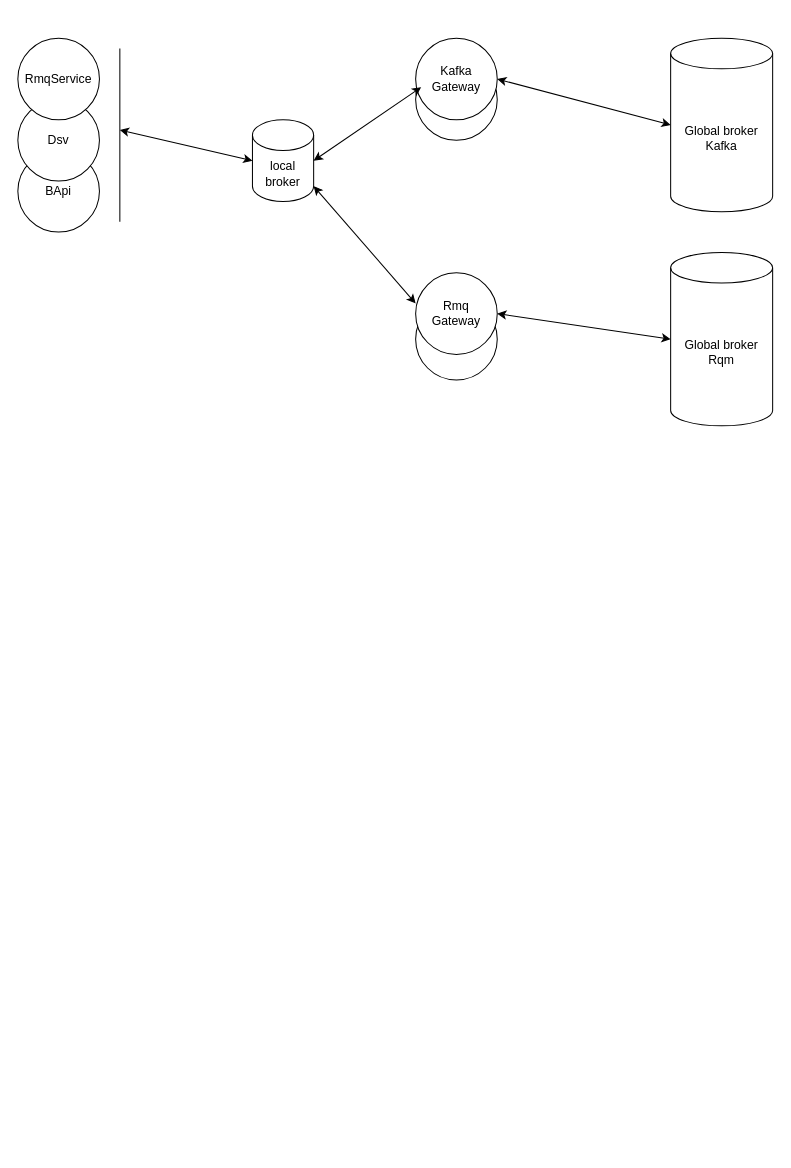
Above: Диаграмма без названия.drawio in strSSSS/draw.io (draw.io), before the change. Source tidied: cells renumbered, new cells numbered last; positions are measured from the earlier drawing's top-left corner, leaving out a move shared by most shapes. Both pictures are drawn from the tidied source at 102%, with x=0, y=0 at pixel (17, 38).
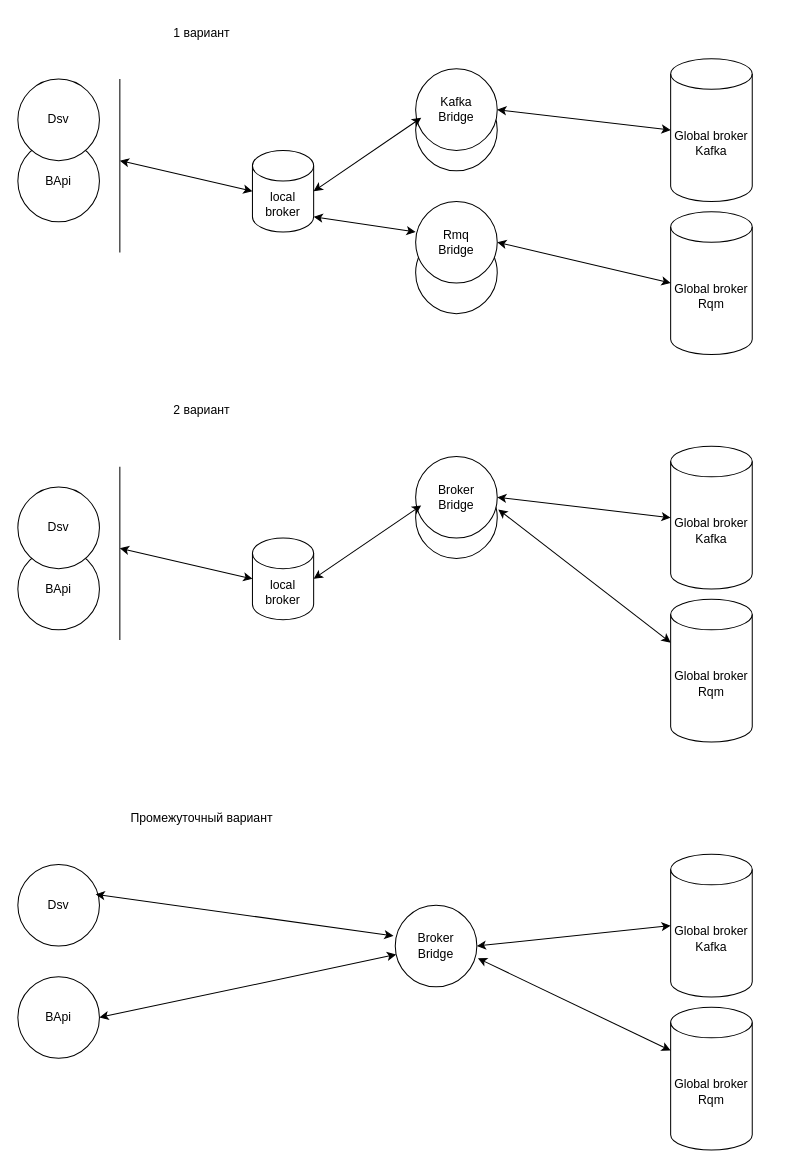
The same diagram, later.

The edit, as a diff of the source:
```diff
@@
     <mxCell id="2" value="BApi" style="ellipse;whiteSpace=wrap;html=1;" parent="1" vertex="1">
-      <mxGeometry y="110" width="80" height="80" as="geometry" />
+      <mxGeometry y="100" width="80" height="80" as="geometry" />
     </mxCell>
     <mxCell id="3" value="Dsv" style="ellipse;whiteSpace=wrap;html=1;" parent="1" vertex="1">
-      <mxGeometry y="60" width="80" height="80" as="geometry" />
+      <mxGeometry y="40" width="80" height="80" as="geometry" />
     </mxCell>
     <mxCell id="4" style="ellipse;whiteSpace=wrap;html=1;" parent="1" vertex="1">
-      <mxGeometry x="390" y="255" width="80" height="80" as="geometry" />
+      <mxGeometry x="390" y="190" width="80" height="80" as="geometry" />
     </mxCell>
     <mxCell id="5" style="ellipse;whiteSpace=wrap;html=1;" parent="1" vertex="1">
-      <mxGeometry x="390" y="20" width="80" height="80" as="geometry" />
+      <mxGeometry x="390" y="50" width="80" height="80" as="geometry" />
     </mxCell>
     <mxCell id="6" value="Global broker&lt;br&gt;Kafka" style="shape=cylinder3;whiteSpace=wrap;html=1;boundedLbl=1;backgroundOutline=1;size=15;" parent="1" vertex="1">
-      <mxGeometry x="640" width="100" height="170" as="geometry" />
+      <mxGeometry x="640" y="20" width="80" height="140" as="geometry" />
     </mxCell>
     <mxCell id="7" value="local&lt;br&gt;broker" style="shape=cylinder3;whiteSpace=wrap;html=1;boundedLbl=1;backgroundOutline=1;size=15;" parent="1" vertex="1">
-      <mxGeometry x="230" y="80" width="60" height="80" as="geometry" />
+      <mxGeometry x="230" y="110" width="60" height="80" as="geometry" />
     </mxCell>
-    <mxCell id="8" value="Kafka&lt;br&gt;Gateway" style="ellipse;whiteSpace=wrap;html=1;" parent="1" vertex="1">
-      <mxGeometry x="390" width="80" height="80" as="geometry" />
+    <mxCell id="8" value="Kafka&lt;br&gt;Bridge" style="ellipse;whiteSpace=wrap;html=1;" parent="1" vertex="1">
+      <mxGeometry x="390" y="30" width="80" height="80" as="geometry" />
     </mxCell>
-    <mxCell id="9" value="RmqService" style="ellipse;whiteSpace=wrap;html=1;" parent="1" vertex="1">
-      <mxGeometry width="80" height="80" as="geometry" />
-    </mxCell>
     <mxCell id="10" style="endArrow=classic;startArrow=classic;html=1;rounded=0;entryX=0;entryY=0.5;entryDx=0;entryDy=0;entryPerimeter=0;" parent="1" edge="1" target="7">
       <mxGeometry relative="1" as="geometry">
-        <mxPoint x="100" y="90" as="sourcePoint" />
+        <mxPoint x="100" y="120" as="sourcePoint" />
       </mxGeometry>
     </mxCell>
@@
     <mxCell id="13" value="Global broker&lt;br&gt;Rqm" style="shape=cylinder3;whiteSpace=wrap;html=1;boundedLbl=1;backgroundOutline=1;size=15;" parent="1" vertex="1">
-      <mxGeometry x="640" y="210" width="100" height="170" as="geometry" />
+      <mxGeometry x="640" y="170" width="80" height="140" as="geometry" />
     </mxCell>
-    <mxCell id="14" value="Rmq&lt;br&gt;Gateway" style="ellipse;whiteSpace=wrap;html=1;" parent="1" vertex="1">
-      <mxGeometry x="390" y="230" width="80" height="80" as="geometry" />
+    <mxCell id="14" value="Rmq&lt;br&gt;Bridge" style="ellipse;whiteSpace=wrap;html=1;" parent="1" vertex="1">
+      <mxGeometry x="390" y="160" width="80" height="80" as="geometry" />
     </mxCell>
@@
     <mxCell id="17" style="endArrow=none;html=1;rounded=0;" parent="1" edge="1">
       <mxGeometry relative="1" as="geometry">
-        <mxPoint x="100" y="180" as="sourcePoint" />
-        <mxPoint x="100" y="10" as="targetPoint" />
+        <mxPoint x="100" y="210" as="sourcePoint" />
+        <mxPoint x="100" y="40" as="targetPoint" />
       </mxGeometry>
     </mxCell>
+    <mxCell id="18" value="BApi" style="ellipse;whiteSpace=wrap;html=1;" parent="1" vertex="1">
+      <mxGeometry y="500" width="80" height="80" as="geometry" />
+    </mxCell>
+    <mxCell id="19" value="Dsv" style="ellipse;whiteSpace=wrap;html=1;" parent="1" vertex="1">
+      <mxGeometry y="440" width="80" height="80" as="geometry" />
+    </mxCell>
+    <mxCell id="20" style="ellipse;whiteSpace=wrap;html=1;" parent="1" vertex="1">
+      <mxGeometry x="390" y="430" width="80" height="80" as="geometry" />
+    </mxCell>
+    <mxCell id="21" value="Global broker&lt;br&gt;Kafka" style="shape=cylinder3;whiteSpace=wrap;html=1;boundedLbl=1;backgroundOutline=1;size=15;" parent="1" vertex="1">
+      <mxGeometry x="640" y="400" width="80" height="140" as="geometry" />
+    </mxCell>
+    <mxCell id="22" value="local&lt;br&gt;broker" style="shape=cylinder3;whiteSpace=wrap;html=1;boundedLbl=1;backgroundOutline=1;size=15;" parent="1" vertex="1">
+      <mxGeometry x="230" y="490" width="60" height="80" as="geometry" />
+    </mxCell>
+    <mxCell id="23" value="Broker&lt;br&gt;Bridge" style="ellipse;whiteSpace=wrap;html=1;" parent="1" vertex="1">
+      <mxGeometry x="390" y="410" width="80" height="80" as="geometry" />
+    </mxCell>
+    <mxCell id="24" style="endArrow=classic;startArrow=classic;html=1;rounded=0;entryX=0;entryY=0.5;entryDx=0;entryDy=0;entryPerimeter=0;" parent="1" edge="1" target="22">
+      <mxGeometry relative="1" as="geometry">
+        <mxPoint x="100" y="500" as="sourcePoint" />
+      </mxGeometry>
+    </mxCell>
+    <mxCell id="25" style="endArrow=classic;startArrow=classic;html=1;rounded=0;exitX=1;exitY=0.5;exitDx=0;exitDy=0;exitPerimeter=0;entryX=0.068;entryY=0.6;entryDx=0;entryDy=0;entryPerimeter=0;" parent="1" edge="1" source="22" target="23">
+      <mxGeometry relative="1" as="geometry" />
+    </mxCell>
+    <mxCell id="26" style="endArrow=classic;startArrow=classic;html=1;rounded=0;entryX=0;entryY=0.5;entryDx=0;entryDy=0;entryPerimeter=0;exitX=1;exitY=0.5;exitDx=0;exitDy=0;" parent="1" edge="1" source="23" target="21">
+      <mxGeometry relative="1" as="geometry" />
+    </mxCell>
+    <mxCell id="27" value="Global broker&lt;br&gt;Rqm" style="shape=cylinder3;whiteSpace=wrap;html=1;boundedLbl=1;backgroundOutline=1;size=15;" parent="1" vertex="1">
+      <mxGeometry x="640" y="550" width="80" height="140" as="geometry" />
+    </mxCell>
+    <mxCell id="28" style="endArrow=none;html=1;rounded=0;" parent="1" edge="1">
+      <mxGeometry relative="1" as="geometry">
+        <mxPoint x="100" y="590" as="sourcePoint" />
+        <mxPoint x="100" y="420" as="targetPoint" />
+      </mxGeometry>
+    </mxCell>
+    <mxCell id="29" value="1 вариант" style="text;html=1;align=center;verticalAlign=middle;strokeColor=none;fillColor=none;" parent="1" vertex="1">
+      <mxGeometry x="140" y="-20" width="80" height="30" as="geometry" />
+    </mxCell>
+    <mxCell id="30" value="2 вариант" style="text;html=1;align=center;verticalAlign=middle;strokeColor=none;fillColor=none;" parent="1" vertex="1">
+      <mxGeometry x="140" y="350" width="80" height="30" as="geometry" />
+    </mxCell>
+    <mxCell id="31" style="endArrow=classic;startArrow=classic;html=1;rounded=0;entryX=0;entryY=0;entryDx=0;entryDy=42.5;entryPerimeter=0;exitX=1.013;exitY=0.65;exitDx=0;exitDy=0;exitPerimeter=0;" parent="1" edge="1" source="23" target="27">
+      <mxGeometry relative="1" as="geometry" />
+    </mxCell>
+    <mxCell id="32" value="BApi" style="ellipse;whiteSpace=wrap;html=1;" parent="1" vertex="1">
+      <mxGeometry y="920" width="80" height="80" as="geometry" />
+    </mxCell>
+    <mxCell id="33" value="Dsv" style="ellipse;whiteSpace=wrap;html=1;" parent="1" vertex="1">
+      <mxGeometry y="810" width="80" height="80" as="geometry" />
+    </mxCell>
+    <mxCell id="34" value="Global broker&lt;br&gt;Kafka" style="shape=cylinder3;whiteSpace=wrap;html=1;boundedLbl=1;backgroundOutline=1;size=15;" parent="1" vertex="1">
+      <mxGeometry x="640" y="800" width="80" height="140" as="geometry" />
+    </mxCell>
+    <mxCell id="35" value="Broker&lt;br&gt;Bridge" style="ellipse;whiteSpace=wrap;html=1;" parent="1" vertex="1">
+      <mxGeometry x="370" y="850" width="80" height="80" as="geometry" />
+    </mxCell>
+    <mxCell id="36" style="endArrow=classic;startArrow=classic;html=1;rounded=0;entryX=-0.022;entryY=0.375;entryDx=0;entryDy=0;entryPerimeter=0;exitX=0.953;exitY=0.365;exitDx=0;exitDy=0;exitPerimeter=0;" parent="1" edge="1" source="33" target="35">
+      <mxGeometry relative="1" as="geometry" />
+    </mxCell>
+    <mxCell id="37" style="endArrow=classic;startArrow=classic;html=1;rounded=0;entryX=0;entryY=0.5;entryDx=0;entryDy=0;entryPerimeter=0;exitX=1;exitY=0.5;exitDx=0;exitDy=0;" parent="1" edge="1" source="35" target="34">
+      <mxGeometry relative="1" as="geometry" />
+    </mxCell>
+    <mxCell id="38" value="Global broker&lt;br&gt;Rqm" style="shape=cylinder3;whiteSpace=wrap;html=1;boundedLbl=1;backgroundOutline=1;size=15;" parent="1" vertex="1">
+      <mxGeometry x="640" y="950" width="80" height="140" as="geometry" />
+    </mxCell>
+    <mxCell id="39" value="Промежуточный вариант" style="text;html=1;align=center;verticalAlign=middle;strokeColor=none;fillColor=none;" parent="1" vertex="1">
+      <mxGeometry x="100" y="750" width="160" height="30" as="geometry" />
+    </mxCell>
+    <mxCell id="40" style="endArrow=classic;startArrow=classic;html=1;rounded=0;entryX=0;entryY=0;entryDx=0;entryDy=42.5;entryPerimeter=0;exitX=1.013;exitY=0.65;exitDx=0;exitDy=0;exitPerimeter=0;" parent="1" edge="1" source="35" target="38">
+      <mxGeometry relative="1" as="geometry" />
+    </mxCell>
+    <mxCell id="41" style="endArrow=classic;startArrow=classic;html=1;rounded=0;exitX=1;exitY=0.5;exitDx=0;exitDy=0;" parent="1" edge="1" source="32" target="35">
+      <mxGeometry relative="1" as="geometry" />
+    </mxCell>
```
